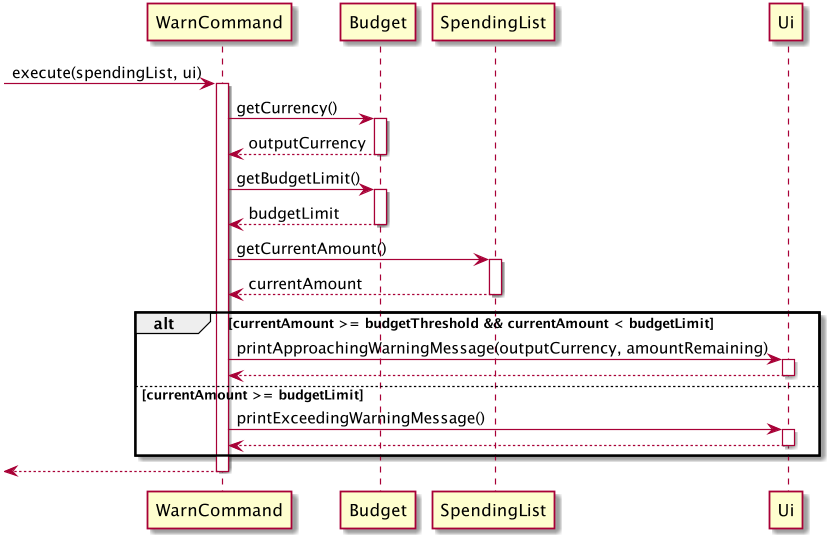
This is docs/images/WarnCommand.png from xieyaoyue/tp, a PlantUML export, as it was before one commit.
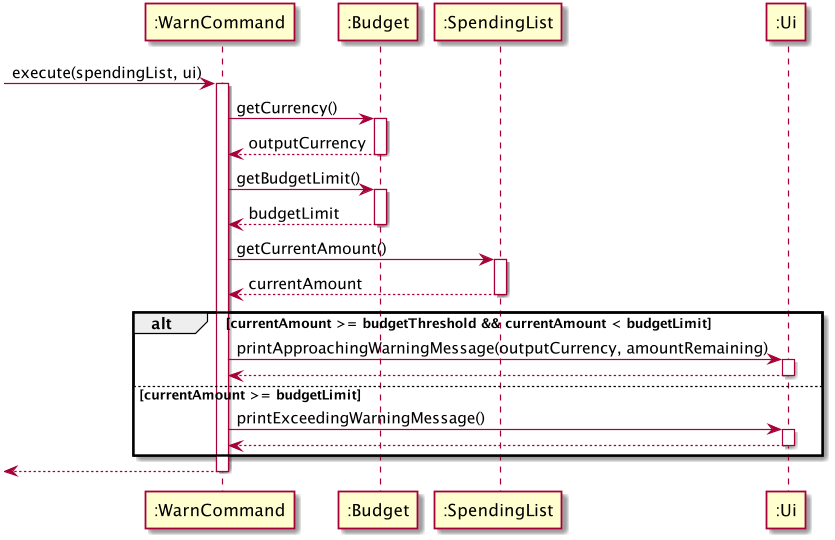
The same file after the commit.

Change to the diagram source:
```diff
@@ -1,29 +1,29 @@
 @startuml
-->WarnCommand:execute(spendingList, ui)
-activate WarnCommand
-WarnCommand->Budget:getCurrency()
-activate Budget
-Budget-->WarnCommand:outputCurrency
-deactivate Budget
-WarnCommand->Budget:getBudgetLimit()
-activate Budget
-Budget-->WarnCommand:budgetLimit
-deactivate Budget
-WarnCommand->SpendingList:getCurrentAmount()
-activate SpendingList
-SpendingList-->WarnCommand:currentAmount
-deactivate SpendingList
+->":WarnCommand":execute(spendingList, ui)
+activate ":WarnCommand"
+":WarnCommand"->":Budget":getCurrency()
+activate ":Budget"
+":Budget"-->":WarnCommand":outputCurrency
+deactivate ":Budget"
+":WarnCommand"->":Budget":getBudgetLimit()
+activate ":Budget"
+":Budget"-->":WarnCommand":budgetLimit
+deactivate ":Budget"
+":WarnCommand"->":SpendingList":getCurrentAmount()
+activate ":SpendingList"
+":SpendingList"-->":WarnCommand":currentAmount
+deactivate ":SpendingList"
 alt currentAmount >= budgetThreshold && currentAmount < budgetLimit
-WarnCommand->Ui:printApproachingWarningMessage(outputCurrency, amountRemaining)
-activate Ui
-Ui-->WarnCommand
-deactivate Ui
+":WarnCommand"->":Ui":printApproachingWarningMessage(outputCurrency, amountRemaining)
+activate ":Ui"
+":Ui"-->":WarnCommand":
+deactivate ":Ui"
 else currentAmount >= budgetLimit
-WarnCommand->Ui:printExceedingWarningMessage()
-activate Ui
-Ui-->WarnCommand
-deactivate Ui
+":WarnCommand"->":Ui":printExceedingWarningMessage()
+activate ":Ui"
+":Ui"-->":WarnCommand"
+deactivate ":Ui"
 end
-<--WarnCommand
-deactivate WarnCommand
+<--":WarnCommand"
+deactivate ":WarnCommand"
 @enduml
```
